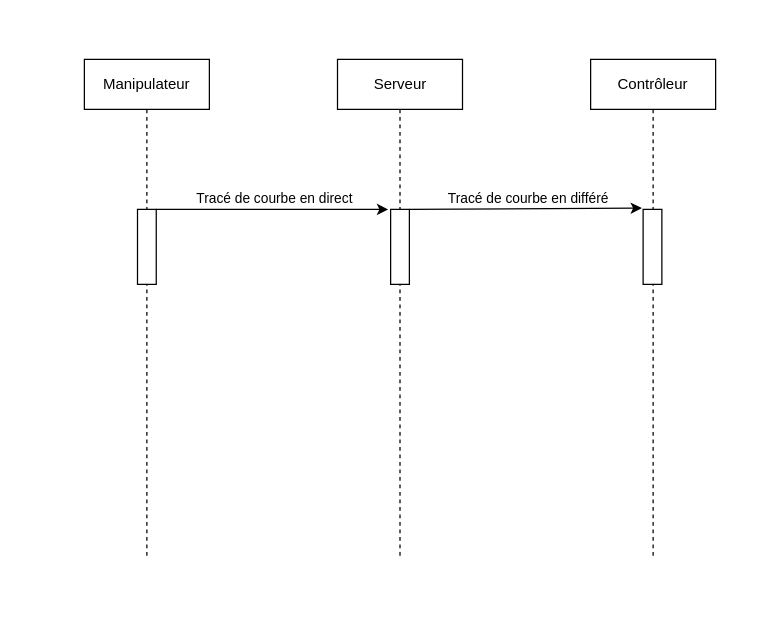
This is page "F2-Supervision Statique de l'installation" (1 of 4) of Analyse/Thomas/diagrammeDeSequenceThomas.drawio from MRCThomas/testDeVerinSurBancHydraulique, a draw.io file, before an edit. Source tidied: cells renumbered, new cells numbered last; positions are measured from the earlier drawing's top-left corner, leaving out a move shared by most shapes. Both pictures are drawn from the tidied source at 125%, with x=0, y=0 at pixel (84, 59).
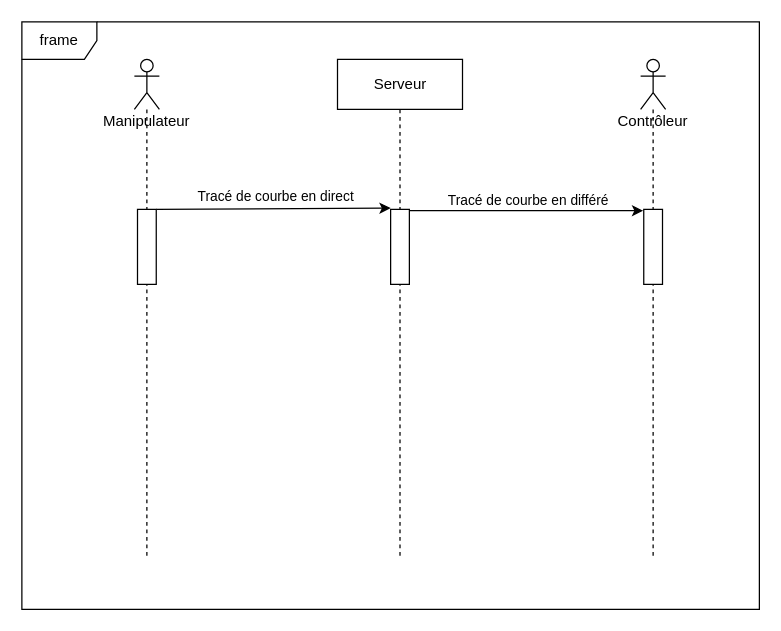
After the change.

Diff of the diagram source:
```diff
@@
 <mxGraphModel>
   <root>
     <mxCell id="0" />
     <mxCell id="1" parent="0" />
-    <mxCell id="2" value="Manipulateur" style="shape=umlLifeline;perimeter=lifelinePerimeter;whiteSpace=wrap;html=1;" parent="1" vertex="1">
-      <mxGeometry width="100" height="400" as="geometry" />
-    </mxCell>
     <mxCell id="3" value="Serveur" style="shape=umlLifeline;perimeter=lifelinePerimeter;whiteSpace=wrap;html=1;" parent="1" vertex="1">
       <mxGeometry x="202.5" width="100" height="400" as="geometry" />
     </mxCell>
-    <mxCell id="4" style="edgeStyle=none;html=1;entryX=-0.133;entryY=0;entryDx=0;entryDy=0;entryPerimeter=0;" parent="1" edge="1" source="6" target="9">
+    <mxCell id="4" style="edgeStyle=none;html=1;entryX=0;entryY=-0.017;entryDx=0;entryDy=0;entryPerimeter=0;" parent="1" edge="1" source="6" target="9">
       <mxGeometry relative="1" as="geometry" />
     </mxCell>
     <mxCell id="5" value="Tracé de courbe en direct" style="edgeLabel;html=1;align=center;verticalAlign=middle;" parent="4" vertex="1">
       <mxGeometry x="0.27" relative="1" as="geometry">
         <mxPoint x="-24" y="-10" as="offset" />
       </mxGeometry>
     </mxCell>
-    <mxCell id="6" style="html=1;points=[];perimeter=orthogonalPerimeter;" parent="1" vertex="1">
-      <mxGeometry x="42.5" y="120" width="15" height="60" as="geometry" />
-    </mxCell>
-    <mxCell id="7" style="edgeStyle=none;html=1;entryX=-0.067;entryY=-0.017;entryDx=0;entryDy=0;entryPerimeter=0;" parent="1" edge="1" source="9" target="11">
+    <mxCell id="7" style="edgeStyle=none;html=1;entryX=-0.033;entryY=0.017;entryDx=0;entryDy=0;entryPerimeter=0;" parent="1" edge="1" source="9" target="12">
       <mxGeometry relative="1" as="geometry" />
     </mxCell>
     <mxCell id="8" value="Tracé de courbe en différé" style="edgeLabel;html=1;align=center;verticalAlign=middle;" parent="7" vertex="1">
       <mxGeometry x="0.01" y="-1" relative="1" as="geometry">
         <mxPoint y="-10" as="offset" />
       </mxGeometry>
     </mxCell>
     <mxCell id="9" style="html=1;points=[];perimeter=orthogonalPerimeter;" parent="1" vertex="1">
       <mxGeometry x="245" y="120" width="15" height="60" as="geometry" />
     </mxCell>
-    <mxCell id="10" value="Contrôleur" style="shape=umlLifeline;perimeter=lifelinePerimeter;whiteSpace=wrap;html=1;" parent="1" vertex="1">
-      <mxGeometry x="405" width="100" height="400" as="geometry" />
+    <mxCell id="10" value="Contrôleur" style="shape=umlLifeline;participant=umlActor;perimeter=lifelinePerimeter;whiteSpace=wrap;html=1;verticalAlign=top;spacingTop=36;" parent="1" vertex="1">
+      <mxGeometry x="445" width="20" height="400" as="geometry" />
     </mxCell>
-    <mxCell id="11" style="html=1;points=[];perimeter=orthogonalPerimeter;" parent="10" vertex="1">
-      <mxGeometry x="42" y="120" width="15" height="60" as="geometry" />
-    </mxCell>
+    <mxCell id="12" style="html=1;points=[];perimeter=orthogonalPerimeter;" parent="10" vertex="1">
+      <mxGeometry x="2.5" y="120" width="15" height="60" as="geometry" />
+    </mxCell>
+    <mxCell id="13" style="group;" parent="1" vertex="1">
+      <mxGeometry x="40" width="20" height="400" as="geometry" />
+    </mxCell>
+    <mxCell id="2" value="Manipulateur&lt;br&gt;" style="shape=umlLifeline;participant=umlActor;perimeter=lifelinePerimeter;whiteSpace=wrap;html=1;verticalAlign=top;spacingTop=36;size=40;" parent="13" vertex="1">
+      <mxGeometry width="20" height="400" as="geometry" />
+    </mxCell>
+    <mxCell id="6" style="html=1;points=[];perimeter=orthogonalPerimeter;" parent="13" vertex="1">
+      <mxGeometry x="2.5" y="120" width="15" height="60" as="geometry" />
+    </mxCell>
+    <mxCell id="14" value="frame" style="shape=umlFrame;whiteSpace=wrap;html=1;" parent="1" vertex="1">
+      <mxGeometry x="-50" y="-30" width="590" height="470" as="geometry" />
+    </mxCell>
   </root>
 </mxGraphModel>
```
